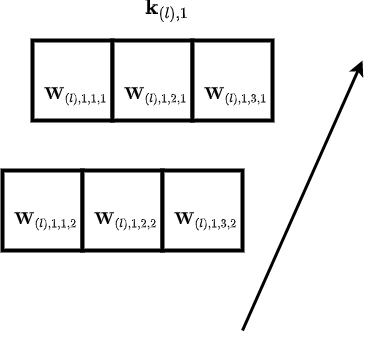
This is images/Conv1d_2feature_kernel.png from kenperry-public/ML_Spring_2022, a draw.io export, as it was before one commit. Source tidied: cells renumbered, new cells last; positions are measured from the earlier drawing's top-left corner, leaving out a move shared by most shapes.
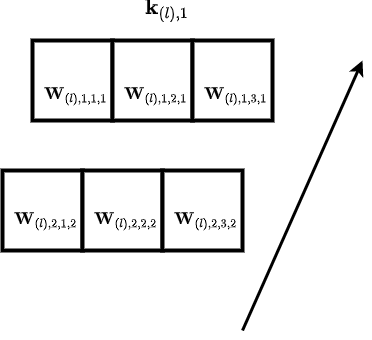
The same file after the commit.

Diff of the diagram source:
```diff
@@ -38,13 +38,13 @@
     <mxCell id="12" value="&lt;font style=&quot;font-size: 14px&quot;&gt;$$\mathbf{W}_{(l),1,3,1}$$&lt;/font&gt;" style="text;html=1;" parent="1" vertex="1">
       <mxGeometry x="200" y="65" width="150" height="30" as="geometry" />
     </mxCell>
-    <mxCell id="13" value="&lt;font style=&quot;font-size: 14px&quot;&gt;$$\mathbf{W}_{(l),1,1,2}$$&lt;/font&gt;" style="text;html=1;" parent="1" vertex="1">
+    <mxCell id="13" value="&lt;font style=&quot;font-size: 14px&quot;&gt;$$\mathbf{W}_{(l),2,1,2}$$&lt;/font&gt;" style="text;html=1;" parent="1" vertex="1">
       <mxGeometry x="10" y="190" width="150" height="30" as="geometry" />
     </mxCell>
-    <mxCell id="14" value="&lt;font style=&quot;font-size: 14px&quot;&gt;$$\mathbf{W}_{(l),1,2,2}$$&lt;/font&gt;" style="text;html=1;" parent="1" vertex="1">
+    <mxCell id="14" value="&lt;font style=&quot;font-size: 14px&quot;&gt;$$\mathbf{W}_{(l),2,2,2}$$&lt;/font&gt;" style="text;html=1;" parent="1" vertex="1">
       <mxGeometry x="90" y="190" width="150" height="30" as="geometry" />
     </mxCell>
-    <mxCell id="15" value="&lt;font style=&quot;font-size: 14px&quot;&gt;$$\mathbf{W}_{(l),1,3,2}$$&lt;/font&gt;" style="text;html=1;" parent="1" vertex="1">
+    <mxCell id="15" value="&lt;font style=&quot;font-size: 14px&quot;&gt;$$\mathbf{W}_{(l),2,3,2}$$&lt;/font&gt;" style="text;html=1;" parent="1" vertex="1">
       <mxGeometry x="170" y="190" width="150" height="30" as="geometry" />
     </mxCell>
   </root>
```
